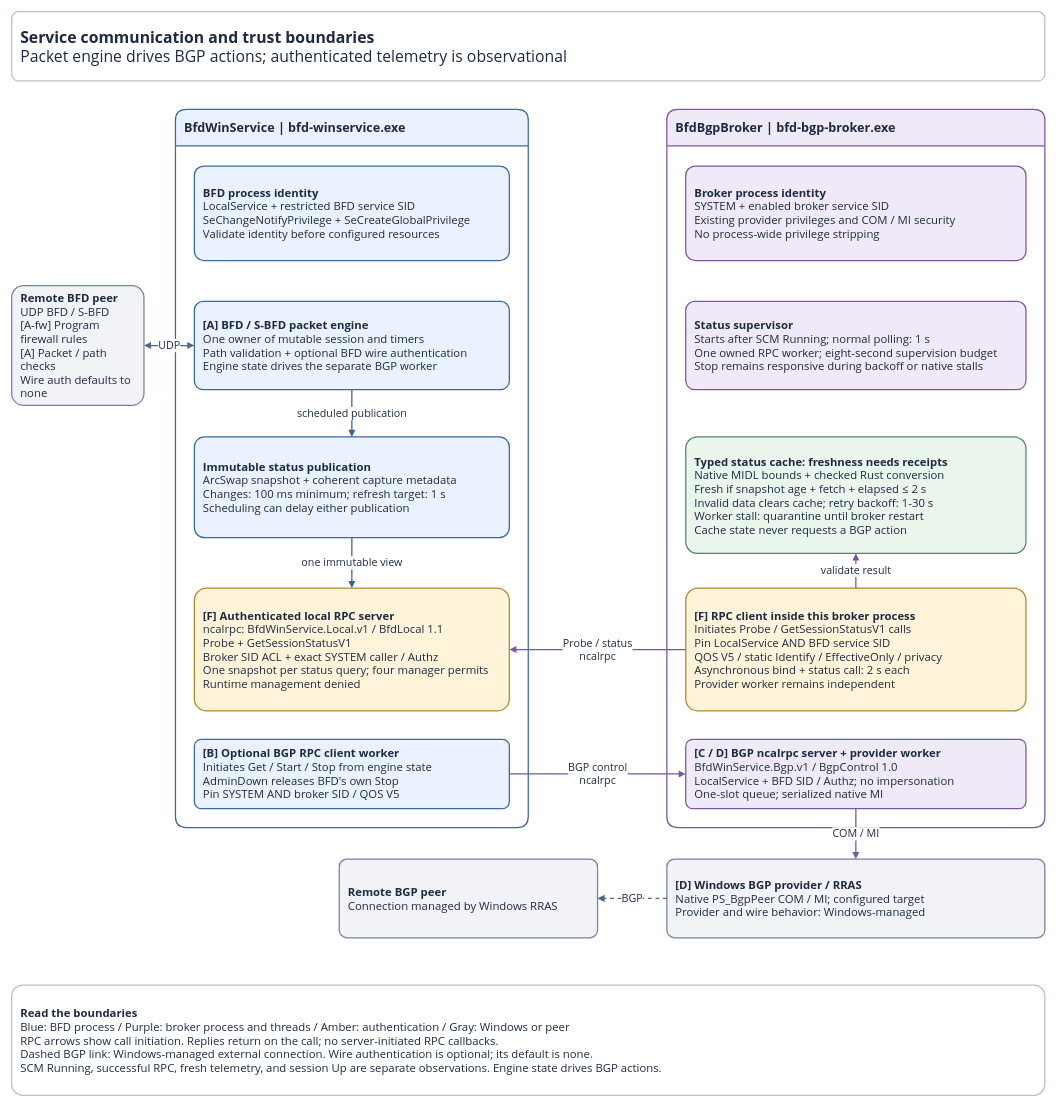
Above: page "1 Runtime boundaries" (1 of 3) of docs/service-communication.drawio in miketheitguy/bfd-winservice (draw.io), before the change. Source tidied: cells renumbered, new cells numbered last; positions are measured from the earlier drawing's top-left corner, leaving out a move shared by most shapes. Both pictures are drawn from the tidied source at 63%, with x=0, y=0 at pixel (11, 11).
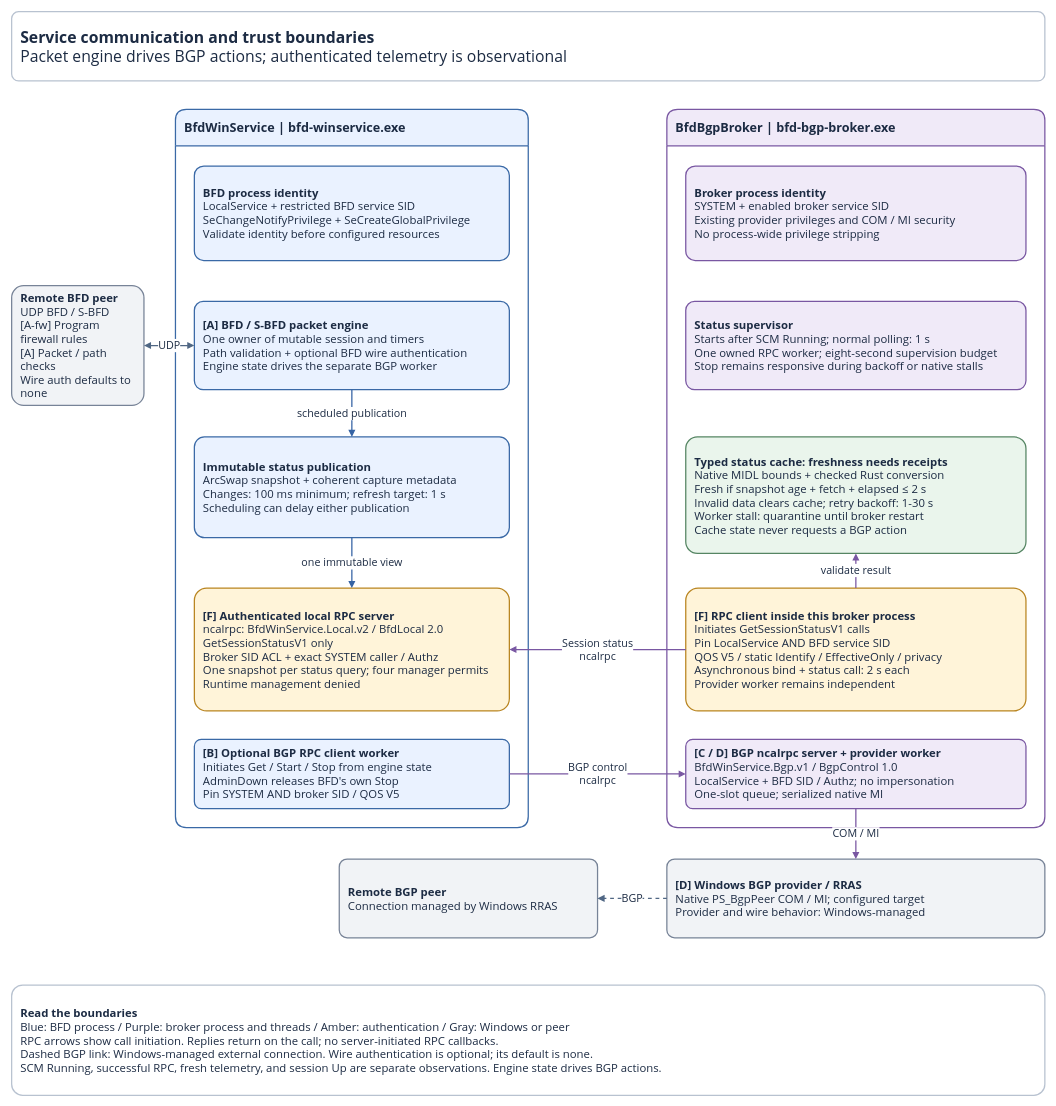
The same diagram, later.

Unchanged cells that the change refers to:
```xml
<mxCell id="3" value="&lt;b&gt;BfdWinService | bfd-winservice.exe&lt;/b&gt;" style="rounded=1;arcSize=10;whiteSpace=wrap;html=1;fillColor=#EAF2FF;strokeColor=#3A69A6;strokeWidth=2;fontFamily=Segoe UI;fontSize=20;fontColor=#1C2B43;spacing=14;align=left;verticalAlign=middle;shape=swimlane;startSize=58;horizontal=1;swimlaneLine=1;" parent="1" vertex="1">
  <mxGeometry x="260" y="155" width="560" height="1140" as="geometry" />
</mxCell>
<mxCell id="4" value="&lt;b&gt;BfdBgpBroker | bfd-bgp-broker.exe&lt;/b&gt;" style="rounded=1;arcSize=10;whiteSpace=wrap;html=1;fillColor=#F0EAF8;strokeColor=#7957A2;strokeWidth=2;fontFamily=Segoe UI;fontSize=20;fontColor=#1C2B43;spacing=14;align=left;verticalAlign=middle;shape=swimlane;startSize=58;horizontal=1;swimlaneLine=1;" parent="1" vertex="1">
  <mxGeometry x="1040" y="155" width="600" height="1140" as="geometry" />
</mxCell>
```

Diff of the diagram source:
```diff
@@
-    <mxCell id="8" value="&lt;b&gt;[F] Authenticated local RPC server&lt;/b&gt;&lt;br&gt;ncalrpc: BfdWinService.Local.v1 / BfdLocal 1.1&lt;br&gt;Probe + GetSessionStatusV1&lt;br&gt;Broker SID ACL + exact SYSTEM caller / Authz&lt;br&gt;One snapshot per status query; four manager permits&lt;br&gt;Runtime management denied" style="rounded=1;arcSize=10;whiteSpace=wrap;html=1;fillColor=#FFF4D9;strokeColor=#B98521;strokeWidth=2;fontFamily=Segoe UI;fontSize=18;fontColor=#1C2B43;spacing=14;align=left;verticalAlign=middle;" parent="3" vertex="1">
+    <mxCell id="8" value="&lt;b&gt;[F] Authenticated local RPC server&lt;/b&gt;&lt;br&gt;ncalrpc: BfdWinService.Local.v2 / BfdLocal 2.0&lt;br&gt;GetSessionStatusV1 only&lt;br&gt;Broker SID ACL + exact SYSTEM caller / Authz&lt;br&gt;One snapshot per status query; four manager permits&lt;br&gt;Runtime management denied" style="rounded=1;arcSize=10;whiteSpace=wrap;html=1;fillColor=#FFF4D9;strokeColor=#B98521;strokeWidth=2;fontFamily=Segoe UI;fontSize=18;fontColor=#1C2B43;spacing=14;align=left;verticalAlign=middle;" parent="3" vertex="1">
       <mxGeometry x="30" y="760" width="500" height="195" as="geometry" />
     </mxCell>
@@
-    <mxCell id="13" value="&lt;b&gt;[F] RPC client inside this broker process&lt;/b&gt;&lt;br&gt;Initiates Probe / GetSessionStatusV1 calls&lt;br&gt;Pin LocalService AND BFD service SID&lt;br&gt;QOS V5 / static Identify / EffectiveOnly / privacy&lt;br&gt;Asynchronous bind + status call: 2 s each&lt;br&gt;Provider worker remains independent" style="rounded=1;arcSize=10;whiteSpace=wrap;html=1;fillColor=#FFF4D9;strokeColor=#B98521;strokeWidth=2;fontFamily=Segoe UI;fontSize=18;fontColor=#1C2B43;spacing=14;align=left;verticalAlign=middle;" parent="4" vertex="1">
+    <mxCell id="13" value="&lt;b&gt;[F] RPC client inside this broker process&lt;/b&gt;&lt;br&gt;Initiates GetSessionStatusV1 calls&lt;br&gt;Pin LocalService AND BFD service SID&lt;br&gt;QOS V5 / static Identify / EffectiveOnly / privacy&lt;br&gt;Asynchronous bind + status call: 2 s each&lt;br&gt;Provider worker remains independent" style="rounded=1;arcSize=10;whiteSpace=wrap;html=1;fillColor=#FFF4D9;strokeColor=#B98521;strokeWidth=2;fontFamily=Segoe UI;fontSize=18;fontColor=#1C2B43;spacing=14;align=left;verticalAlign=middle;" parent="4" vertex="1">
       <mxGeometry x="30" y="760" width="540" height="195" as="geometry" />
     </mxCell>
@@
-    <mxCell id="21" value="Probe / status&lt;br&gt;ncalrpc" style="edgeStyle=orthogonalEdgeStyle;rounded=1;html=1;strokeColor=#7957A2;strokeWidth=2;endArrow=block;endFill=1;fontFamily=Segoe UI;fontSize=17;fontColor=#1C2B43;labelBackgroundColor=#FFFFFF;spacing=6;jettySize=auto;startArrow=none;" parent="1" edge="1" source="13" target="8">
+    <mxCell id="21" value="Session status&lt;br&gt;ncalrpc" style="edgeStyle=orthogonalEdgeStyle;rounded=1;html=1;strokeColor=#7957A2;strokeWidth=2;endArrow=block;endFill=1;fontFamily=Segoe UI;fontSize=17;fontColor=#1C2B43;labelBackgroundColor=#FFFFFF;spacing=6;jettySize=auto;startArrow=none;" parent="1" edge="1" source="13" target="8">
       <mxGeometry relative="1" as="geometry" />
     </mxCell>
```
